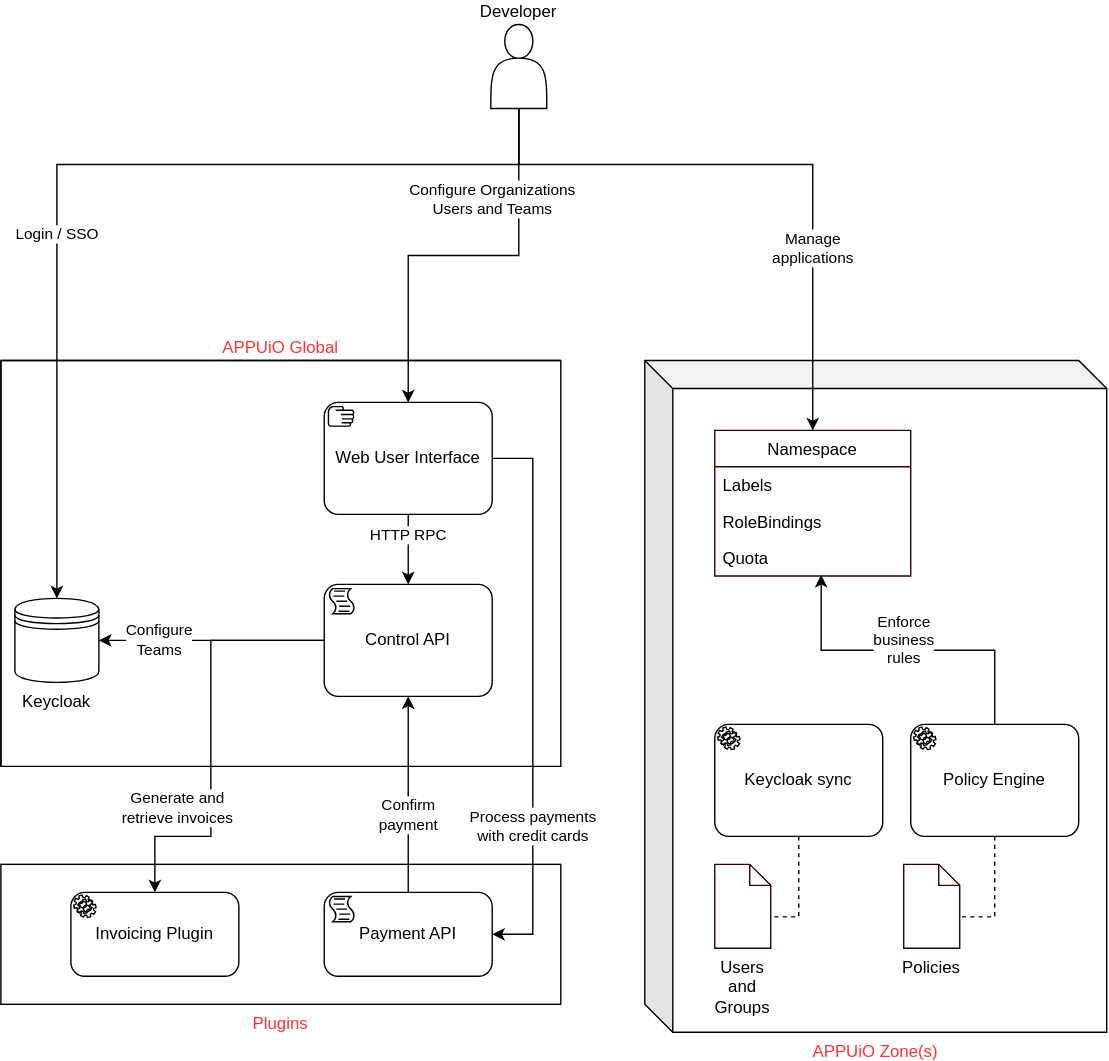
Above: docs/modules/ROOT/assets/images/system/systemidea.drawio.svg in appuio/appuio-io-docs (draw.io), before the change. Source tidied: cells renumbered, new cells last; positions are measured from the earlier drawing's top-left corner, leaving out a move shared by most shapes.
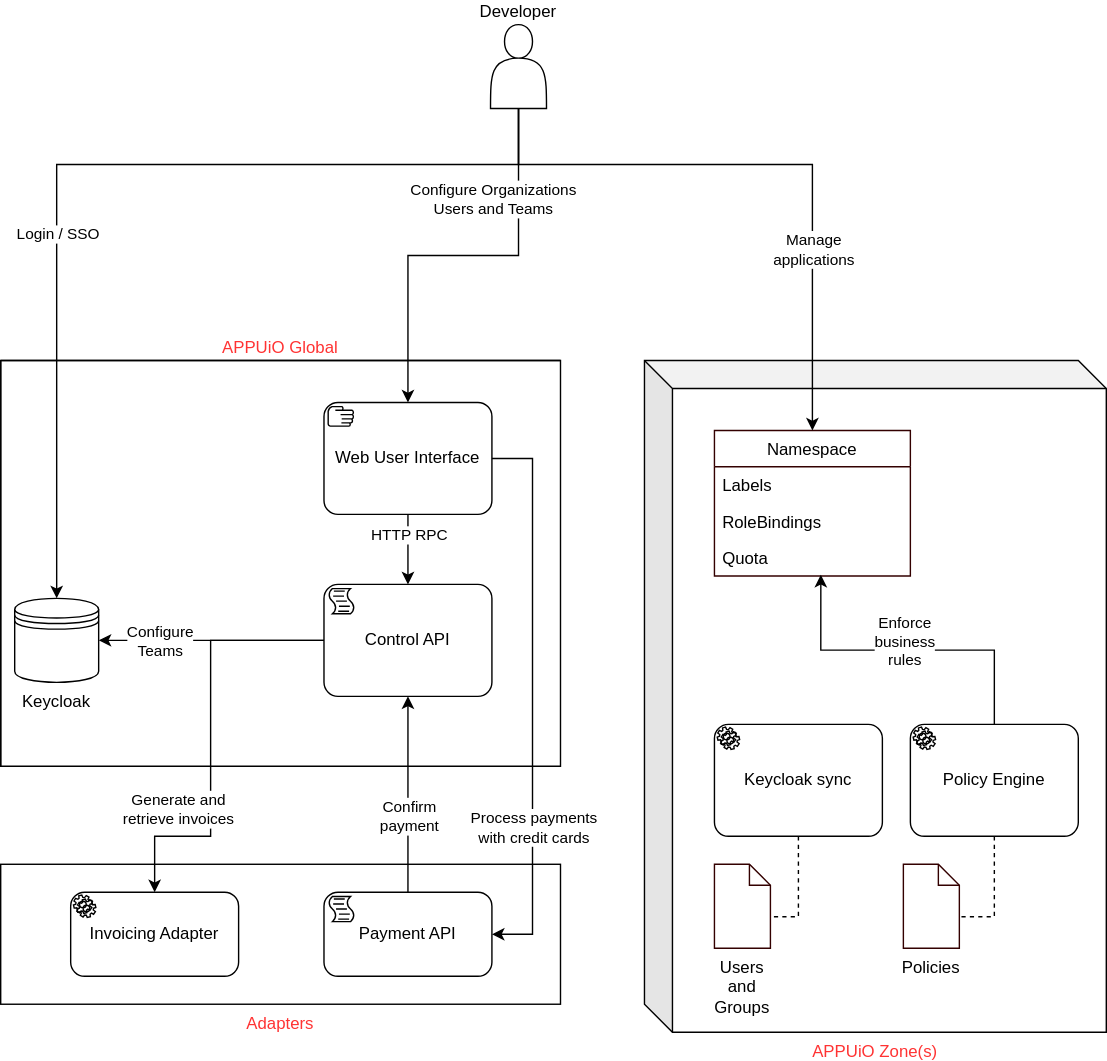
Above is the later version.

Commit message:
Rename plugin to adapter

What changed in the source:
```diff
@@ -50,7 +50,7 @@
         <mxPoint x="-63" y="-5" as="offset" />
       </mxGeometry>
     </mxCell>
-    <mxCell id="16" value="Plugins" style="rounded=0;whiteSpace=wrap;html=1;labelPosition=center;verticalLabelPosition=bottom;align=center;verticalAlign=top;fontColor=#FF3333;" parent="1" vertex="1">
+    <mxCell id="16" value="Adapters" style="rounded=0;whiteSpace=wrap;html=1;labelPosition=center;verticalLabelPosition=bottom;align=center;verticalAlign=top;fontColor=#FF3333;" parent="1" vertex="1">
       <mxGeometry y="600" width="400" height="100" as="geometry" />
     </mxCell>
     <mxCell id="17" value="APPUiO Global" style="shape=cube;whiteSpace=wrap;html=1;boundedLbl=1;backgroundOutline=1;darkOpacity=0.05;darkOpacity2=0.1;labelPosition=center;verticalLabelPosition=top;align=center;verticalAlign=bottom;size=0;fontColor=#FF3333;" parent="1" vertex="1">
@@ -154,7 +154,7 @@
     <mxCell id="38" value="Payment API" style="points=[[0.25,0,0],[0.5,0,0],[0.75,0,0],[1,0.25,0],[1,0.5,0],[1,0.75,0],[0.75,1,0],[0.5,1,0],[0.25,1,0],[0,0.75,0],[0,0.5,0],[0,0.25,0]];shape=mxgraph.bpmn.task;whiteSpace=wrap;rectStyle=rounded;size=10;taskMarker=script;" parent="1" vertex="1">
       <mxGeometry x="231" y="620" width="120" height="60" as="geometry" />
     </mxCell>
-    <mxCell id="39" value="Invoicing Plugin" style="points=[[0.25,0,0],[0.5,0,0],[0.75,0,0],[1,0.25,0],[1,0.5,0],[1,0.75,0],[0.75,1,0],[0.5,1,0],[0.25,1,0],[0,0.75,0],[0,0.5,0],[0,0.25,0]];shape=mxgraph.bpmn.task;whiteSpace=wrap;rectStyle=rounded;size=10;taskMarker=service;" parent="1" vertex="1">
+    <mxCell id="39" value="Invoicing Adapter" style="points=[[0.25,0,0],[0.5,0,0],[0.75,0,0],[1,0.25,0],[1,0.5,0],[1,0.75,0],[0.75,1,0],[0.5,1,0],[0.25,1,0],[0,0.75,0],[0,0.5,0],[0,0.25,0]];shape=mxgraph.bpmn.task;whiteSpace=wrap;rectStyle=rounded;size=10;taskMarker=service;" parent="1" vertex="1">
       <mxGeometry x="50" y="620" width="120" height="60" as="geometry" />
     </mxCell>
   </root>
```
